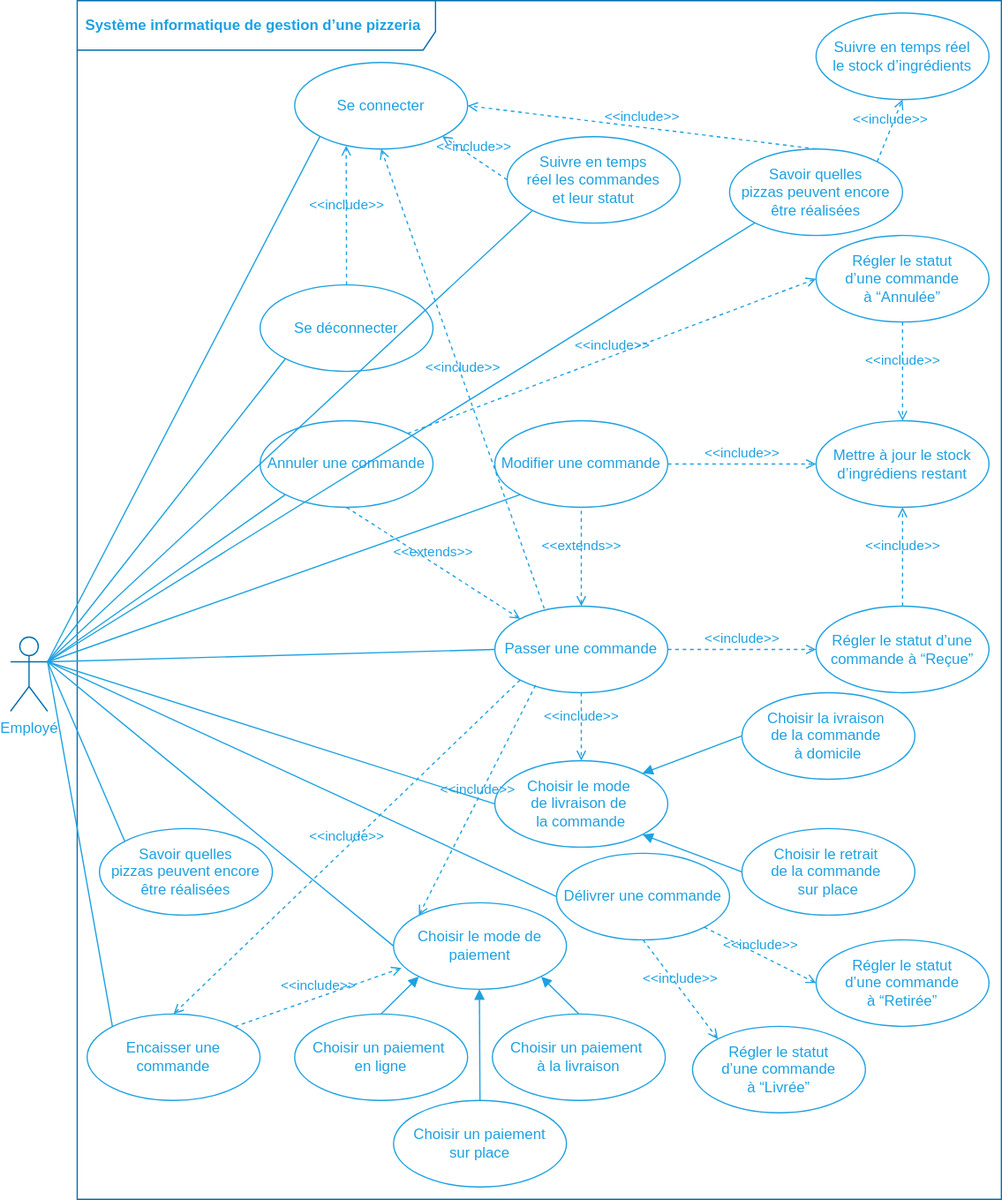
Above: img/figure_use-case-diagram-employee.svg in centvingt/OCPizzaRedaction (draw.io), before the change. Source tidied: cells renumbered, new cells last; positions are measured from the earlier drawing's top-left corner, leaving out a move shared by most shapes.
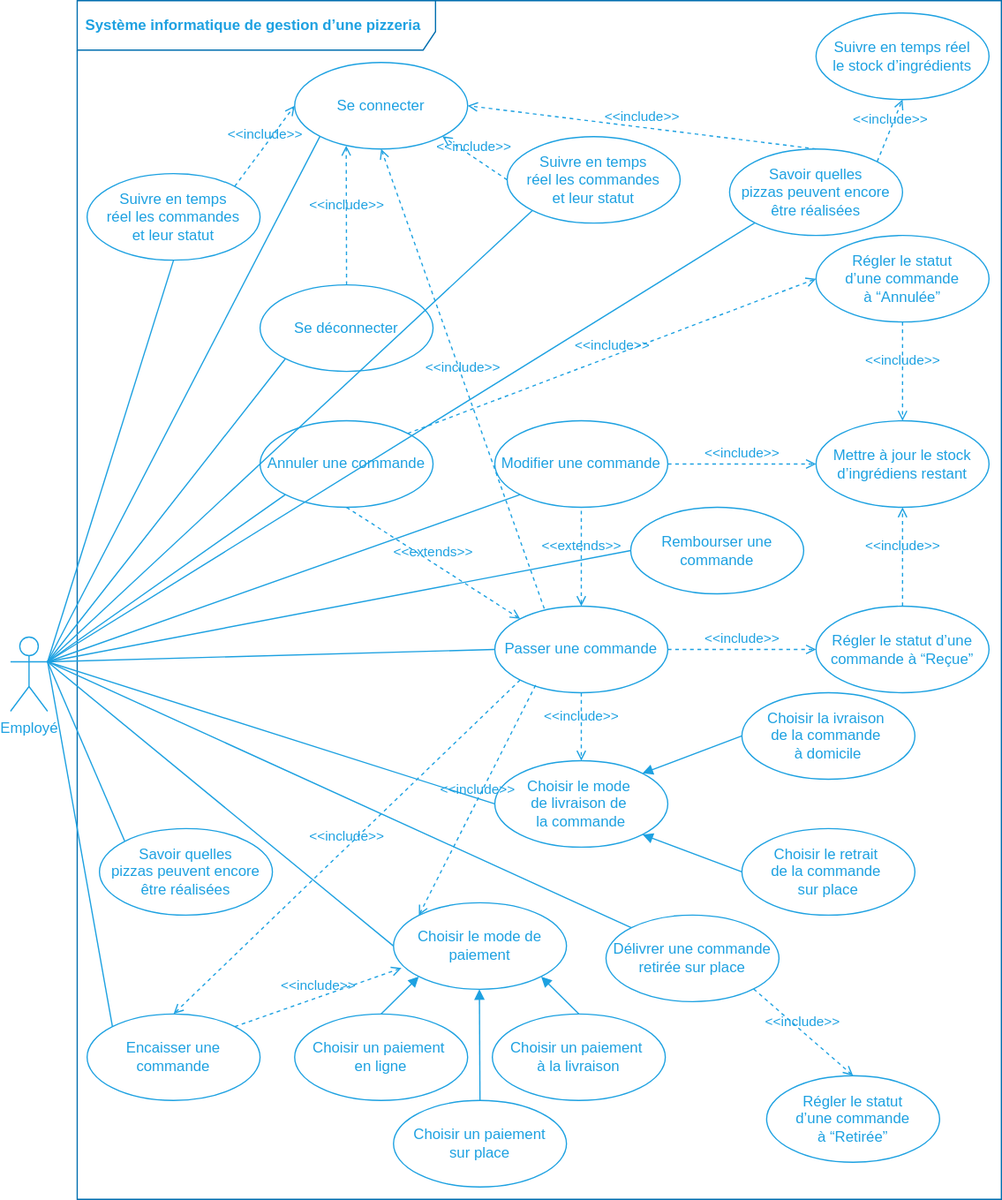
The same file after the commit.

What changed in the source:
```diff
@@ -2,7 +2,7 @@
   <root>
     <mxCell id="0" />
     <mxCell id="1" value="Acteurs et actions" parent="0" />
-    <mxCell id="2" value="&lt;font color=&quot;#1da1e1&quot;&gt;Employé&lt;/font&gt;" style="shape=umlActor;verticalLabelPosition=bottom;verticalAlign=top;html=1;strokeColor=#006EAF;fontColor=#ffffff;fillColor=none;" parent="1" vertex="1">
+    <mxCell id="2" value="&lt;font color=&quot;#1da1e1&quot;&gt;Employé&lt;/font&gt;" style="shape=umlActor;verticalLabelPosition=bottom;verticalAlign=top;html=1;fontColor=#ffffff;fillColor=none;strokeColor=#1DA1E1;" parent="1" vertex="1">
       <mxGeometry y="515" width="30" height="60" as="geometry" />
     </mxCell>
     <mxCell id="3" value="&lt;font color=&quot;#1da1e1&quot;&gt;Système informatique de gestion d’une pizzeria&lt;/font&gt;" style="shape=umlFrame;whiteSpace=wrap;html=1;width=290;height=40;boundedLbl=1;verticalAlign=middle;align=left;spacingLeft=5;strokeColor=#006EAF;fontColor=#ffffff;fillColor=none;fontStyle=1;" parent="1" vertex="1">
@@ -175,22 +175,31 @@
     <mxCell id="58" value="&lt;font color=&quot;#1da1e1&quot;&gt;&amp;lt;&amp;lt;include&amp;gt;&amp;gt;&lt;/font&gt;" style="html=1;verticalAlign=bottom;labelBackgroundColor=none;endArrow=open;endFill=0;dashed=1;strokeColor=#1DA1E1;entryX=1;entryY=1;entryDx=0;entryDy=0;exitX=0;exitY=0.5;exitDx=0;exitDy=0;" parent="1" edge="1" source="55" target="22">
       <mxGeometry relative="1" as="geometry" />
     </mxCell>
-    <mxCell id="59" style="edgeStyle=none;rounded=0;jettySize=auto;html=1;exitX=0;exitY=0.5;exitDx=0;exitDy=0;entryX=1;entryY=0.3333333333333333;entryDx=0;entryDy=0;entryPerimeter=0;strokeColor=#1DA1E1;endFill=0;endArrow=none;" parent="1" edge="1" source="60" target="2">
+    <mxCell id="59" style="edgeStyle=none;rounded=0;jettySize=auto;html=1;exitX=0;exitY=0;exitDx=0;exitDy=0;entryX=1;entryY=0.3333333333333333;entryDx=0;entryDy=0;entryPerimeter=0;strokeColor=#1DA1E1;endFill=0;endArrow=none;" parent="1" edge="1" source="60" target="2">
       <mxGeometry relative="1" as="geometry" />
     </mxCell>
-    <mxCell id="60" value="&lt;font color=&quot;#1da1e1&quot;&gt;Délivrer une commande&lt;/font&gt;" style="ellipse;whiteSpace=wrap;html=1;fillColor=none;strokeColor=#1DA1E1;" parent="1" vertex="1">
-      <mxGeometry x="442" y="690" width="140" height="70" as="geometry" />
+    <mxCell id="60" value="&lt;font color=&quot;#1da1e1&quot;&gt;Délivrer une commande&lt;br&gt;retirée sur place&lt;br&gt;&lt;/font&gt;" style="ellipse;whiteSpace=wrap;html=1;fillColor=none;strokeColor=#1DA1E1;" parent="1" vertex="1">
+      <mxGeometry x="482" y="740" width="140" height="70" as="geometry" />
     </mxCell>
-    <mxCell id="61" value="&lt;font color=&quot;#1da1e1&quot;&gt;Régler le statut &lt;br&gt;d’une commande &lt;br&gt;à “Livrée”&lt;/font&gt;" style="ellipse;whiteSpace=wrap;html=1;fillColor=none;strokeColor=#1DA1E1;" parent="1" vertex="1">
-      <mxGeometry x="552" y="830" width="140" height="70" as="geometry" />
-    </mxCell>
     <mxCell id="62" value="&lt;font color=&quot;#1da1e1&quot;&gt;Régler le statut &lt;br&gt;d’une commande &lt;br&gt;à “Retirée”&lt;/font&gt;" style="ellipse;whiteSpace=wrap;html=1;fillColor=none;strokeColor=#1DA1E1;" parent="1" vertex="1">
-      <mxGeometry x="652" y="760" width="140" height="70" as="geometry" />
+      <mxGeometry x="612" y="870" width="140" height="70" as="geometry" />
     </mxCell>
-    <mxCell id="63" value="&lt;font color=&quot;#1da1e1&quot;&gt;&amp;lt;&amp;lt;include&amp;gt;&amp;gt;&lt;/font&gt;" style="html=1;verticalAlign=bottom;labelBackgroundColor=none;endArrow=open;endFill=0;dashed=1;strokeColor=#1DA1E1;exitX=1;exitY=1;exitDx=0;exitDy=0;entryX=0;entryY=0.5;entryDx=0;entryDy=0;" parent="1" edge="1" source="60" target="62">
+    <mxCell id="63" value="&lt;font color=&quot;#1da1e1&quot;&gt;&amp;lt;&amp;lt;include&amp;gt;&amp;gt;&lt;/font&gt;" style="html=1;verticalAlign=bottom;labelBackgroundColor=none;endArrow=open;endFill=0;dashed=1;strokeColor=#1DA1E1;exitX=1;exitY=1;exitDx=0;exitDy=0;entryX=0.5;entryY=0;entryDx=0;entryDy=0;" parent="1" edge="1" source="60" target="62">
       <mxGeometry relative="1" as="geometry" />
     </mxCell>
+    <mxCell id="65" style="rounded=0;jettySize=auto;html=1;exitX=0;exitY=0.5;exitDx=0;exitDy=0;entryX=1;entryY=0.3333333333333333;entryDx=0;entryDy=0;entryPerimeter=0;strokeColor=#1DA1E1;endFill=0;endArrow=none;" parent="1" edge="1" source="66" target="2">
+      <mxGeometry relative="1" as="geometry" />
+    </mxCell>
+    <mxCell id="66" value="&lt;font color=&quot;#1da1e1&quot;&gt;Rembourser une commande&lt;/font&gt;" style="ellipse;whiteSpace=wrap;html=1;fillColor=none;strokeColor=#1DA1E1;" parent="1" vertex="1">
+      <mxGeometry x="502" y="410" width="140" height="70" as="geometry" />
+    </mxCell>
+    <mxCell id="67" style="rounded=0;jettySize=auto;html=1;exitX=0.5;exitY=1;exitDx=0;exitDy=0;entryX=1;entryY=0.3333333333333333;entryDx=0;entryDy=0;entryPerimeter=0;strokeColor=#1DA1E1;endArrow=none;endFill=0;" parent="1" edge="1" source="68" target="2">
+      <mxGeometry relative="1" as="geometry" />
+    </mxCell>
+    <mxCell id="68" value="&lt;font color=&quot;#1da1e1&quot;&gt;Suivre en temps &lt;br&gt;réel les commandes &lt;br&gt;et leur statut&lt;/font&gt;" style="ellipse;whiteSpace=wrap;html=1;fillColor=none;strokeColor=#1DA1E1;" parent="1" vertex="1">
+      <mxGeometry x="62" y="140" width="140" height="70" as="geometry" />
+    </mxCell>
-    <mxCell id="64" value="&lt;font color=&quot;#1da1e1&quot;&gt;&amp;lt;&amp;lt;include&amp;gt;&amp;gt;&lt;/font&gt;" style="html=1;verticalAlign=bottom;labelBackgroundColor=none;endArrow=open;endFill=0;dashed=1;strokeColor=#1DA1E1;exitX=0.5;exitY=1;exitDx=0;exitDy=0;entryX=0;entryY=0;entryDx=0;entryDy=0;" parent="1" edge="1" source="60" target="61">
+    <mxCell id="64" value="&lt;font color=&quot;#1da1e1&quot;&gt;&amp;lt;&amp;lt;include&amp;gt;&amp;gt;&lt;/font&gt;" style="html=1;verticalAlign=bottom;labelBackgroundColor=none;endArrow=open;endFill=0;dashed=1;strokeColor=#1DA1E1;entryX=0;entryY=0.5;entryDx=0;entryDy=0;exitX=1;exitY=0;exitDx=0;exitDy=0;" parent="1" edge="1" source="68" target="22">
       <mxGeometry relative="1" as="geometry" />
     </mxCell>
   </root>
```
